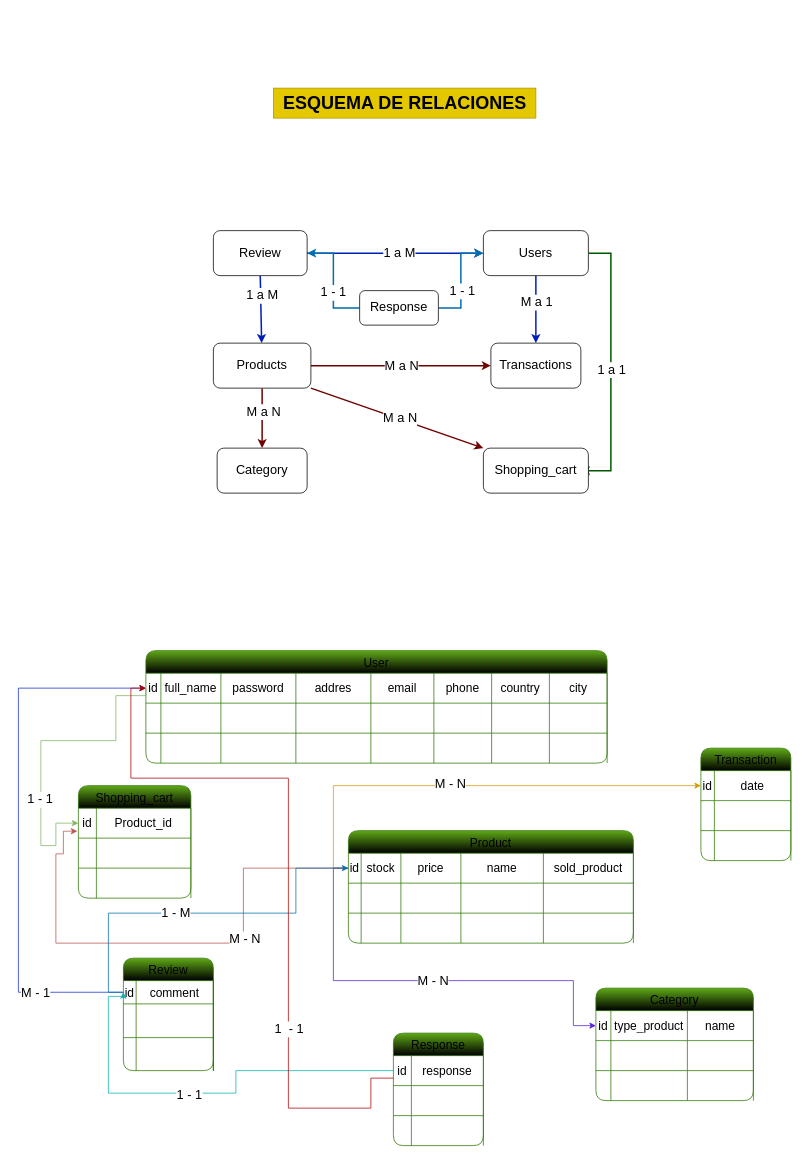
The draw.io diagram NORMALIZACION Y MODELADO-DB.drawio in nestornovella/Plantilla-E-commerce, before the edit. Source tidied: cells renumbered, new cells numbered last; positions are measured from the earlier drawing's top-left corner, leaving out a move shared by most shapes. Both pictures are drawn from the tidied source at 75%, with x=0, y=0 at pixel (18, 88).
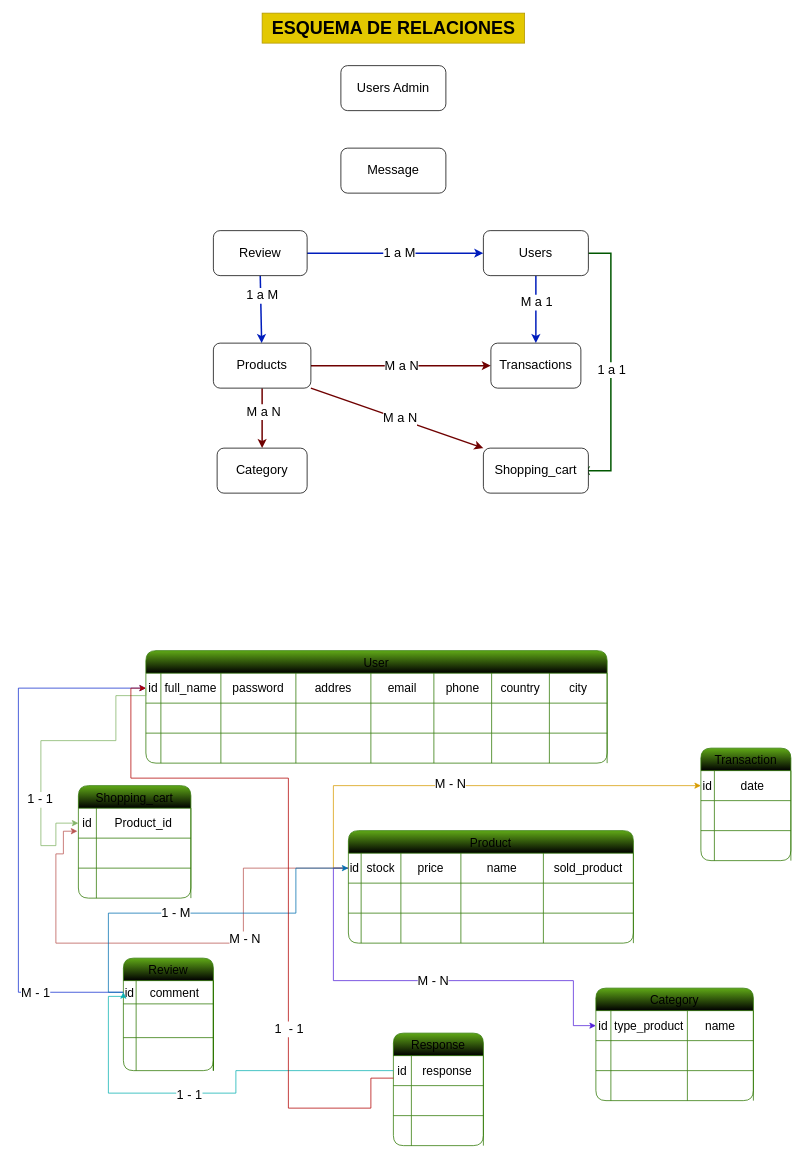
After the change.

The change refers to these unchanged cells:
```xml
<mxCell id="80" value="&lt;font style=&quot;font-size: 17px;&quot;&gt;Users&lt;/font&gt;" style="rounded=1;whiteSpace=wrap;html=1;" parent="1" vertex="1">
  <mxGeometry x="620" y="190" width="140" height="60" as="geometry" />
</mxCell>
<mxCell id="85" value="&lt;font style=&quot;font-size: 17px;&quot;&gt;Review&lt;/font&gt;" style="rounded=1;whiteSpace=wrap;html=1;" parent="1" vertex="1">
  <mxGeometry x="260" y="190" width="125" height="60" as="geometry" />
</mxCell>
```

What changed in the source:
```diff
@@
     <mxCell id="96" value="&lt;b&gt;&lt;font style=&quot;font-size: 24px;&quot;&gt;ESQUEMA DE RELACIONES&lt;/font&gt;&lt;/b&gt;" style="text;html=1;align=center;verticalAlign=middle;strokeColor=#B09500;fillColor=#e3c800;fontColor=#000000;perimeterSpacing=6;" parent="1" vertex="1">
-      <mxGeometry x="340" width="350" height="40" as="geometry" />
+      <mxGeometry x="325" y="-100" width="350" height="40" as="geometry" />
     </mxCell>
@@
-    <mxCell id="152" style="edgeStyle=orthogonalEdgeStyle;rounded=0;jettySize=auto;html=1;entryX=1;entryY=0.5;entryDx=0;entryDy=0;fillColor=#1ba1e2;strokeColor=#006EAF;strokeWidth=2;" parent="1" edge="1" source="156" target="85">
-      <mxGeometry relative="1" as="geometry" />
-    </mxCell>
-    <mxCell id="153" value="&lt;font style=&quot;font-size: 17px;&quot;&gt;1 - 1&lt;/font&gt;" style="edgeLabel;html=1;align=center;verticalAlign=middle;" parent="152" vertex="1">
-      <mxGeometry x="-0.21" y="1" relative="1" as="geometry" />
-    </mxCell>
-    <mxCell id="154" style="edgeStyle=orthogonalEdgeStyle;rounded=0;jettySize=auto;html=1;entryX=0;entryY=0.5;entryDx=0;entryDy=0;fillColor=#1ba1e2;strokeColor=#006EAF;strokeWidth=2;" parent="1" edge="1" source="156" target="80">
-      <mxGeometry relative="1" as="geometry" />
-    </mxCell>
-    <mxCell id="155" value="&lt;font style=&quot;font-size: 17px;&quot;&gt;1 - 1&lt;/font&gt;" style="edgeLabel;html=1;align=center;verticalAlign=middle;" parent="154" vertex="1">
-      <mxGeometry x="-0.2" y="-1" relative="1" as="geometry" />
-    </mxCell>
-    <mxCell id="156" value="&lt;font style=&quot;font-size: 17px;&quot;&gt;Response&lt;/font&gt;" style="rounded=1;whiteSpace=wrap;html=1;" parent="1" vertex="1">
-      <mxGeometry x="455" y="270" width="105" height="46" as="geometry" />
-    </mxCell>
+    <mxCell id="157" value="&lt;font style=&quot;font-size: 17px;&quot;&gt;Users Admin&lt;/font&gt;" style="rounded=1;whiteSpace=wrap;html=1;" parent="1" vertex="1">
+      <mxGeometry x="430" y="-30" width="140" height="60" as="geometry" />
+    </mxCell>
+    <mxCell id="158" value="&lt;font style=&quot;font-size: 17px;&quot;&gt;Message&lt;/font&gt;" style="rounded=1;whiteSpace=wrap;html=1;" parent="1" vertex="1">
+      <mxGeometry x="430" y="80" width="140" height="60" as="geometry" />
+    </mxCell>
```
